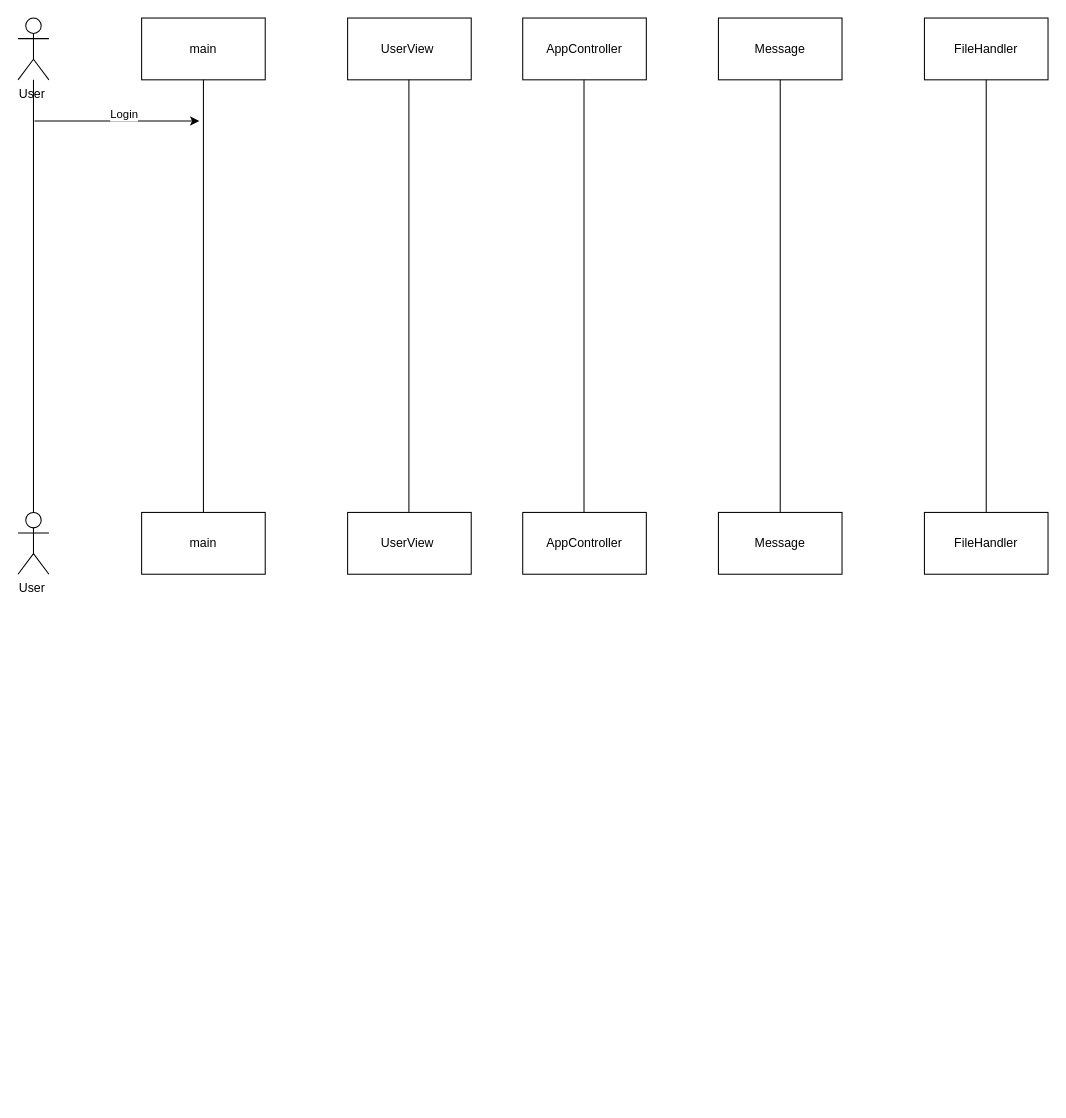
Before: diagrams/sequence_diagram.drawio in SaraMalmstedt/Chatterbox_Group3, a draw.io diagram. Source tidied: cells renumbered, new cells numbered last; positions are measured from the earlier drawing's top-left corner, leaving out a move shared by most shapes. Both pictures are drawn from the tidied source at 103%, with x=0, y=0 at pixel (18, 18).
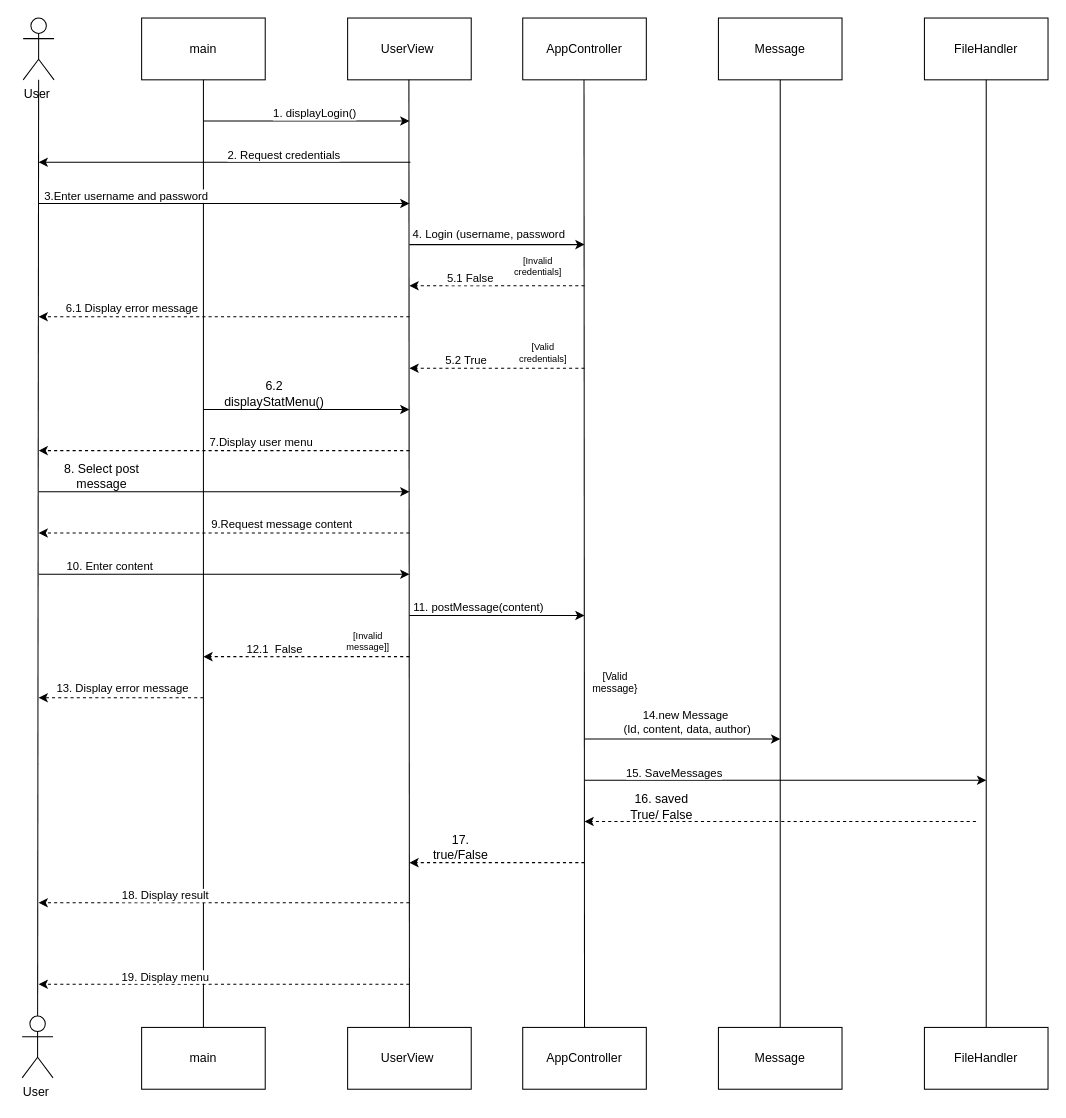
After the change.

Unchanged cells that the change refers to:
```xml
<mxCell id="4" value="main" style="rounded=0;whiteSpace=wrap;html=1;" parent="1" vertex="1">
  <mxGeometry x="120" width="120" height="60" as="geometry" />
</mxCell>
```

Diff of the diagram source:
```diff
@@
     <mxCell id="2" value="User&amp;nbsp;" style="shape=umlActor;verticalLabelPosition=bottom;verticalAlign=top;html=1;" parent="1" vertex="1">
-      <mxGeometry width="30" height="60" as="geometry" />
+      <mxGeometry x="5" width="30" height="60" as="geometry" />
     </mxCell>
     <mxCell id="3" value="User&amp;nbsp;" style="shape=umlActor;verticalLabelPosition=bottom;verticalAlign=top;html=1;outlineConnect=0;" parent="1" vertex="1">
-      <mxGeometry y="480" width="30" height="60" as="geometry" />
+      <mxGeometry x="4" y="969" width="30" height="60" as="geometry" />
     </mxCell>
@@
     <mxCell id="5" value="main" style="rounded=0;whiteSpace=wrap;html=1;" parent="1" vertex="1">
-      <mxGeometry x="120" y="480" width="120" height="60" as="geometry" />
+      <mxGeometry x="120" y="980" width="120" height="60" as="geometry" />
     </mxCell>
@@
     <mxCell id="7" value="UserView&amp;nbsp;" style="rounded=0;whiteSpace=wrap;html=1;" parent="1" vertex="1">
-      <mxGeometry x="320" y="480" width="120" height="60" as="geometry" />
+      <mxGeometry x="320" y="980" width="120" height="60" as="geometry" />
     </mxCell>
@@
     <mxCell id="9" value="AppController" style="rounded=0;whiteSpace=wrap;html=1;" parent="1" vertex="1">
-      <mxGeometry x="490" y="480" width="120" height="60" as="geometry" />
+      <mxGeometry x="490" y="980" width="120" height="60" as="geometry" />
     </mxCell>
@@
     <mxCell id="11" value="Message" style="rounded=0;whiteSpace=wrap;html=1;" parent="1" vertex="1">
-      <mxGeometry x="680" y="480" width="120" height="60" as="geometry" />
+      <mxGeometry x="680" y="980" width="120" height="60" as="geometry" />
     </mxCell>
@@
     <mxCell id="13" value="FileHandler" style="rounded=0;whiteSpace=wrap;html=1;" parent="1" vertex="1">
-      <mxGeometry x="880" y="480" width="120" height="60" as="geometry" />
+      <mxGeometry x="880" y="980" width="120" height="60" as="geometry" />
     </mxCell>
     <mxCell id="14" style="endArrow=none;html=1;rounded=0;" parent="1" edge="1" source="3">
       <mxGeometry relative="1" as="geometry">
-        <mxPoint x="15" y="60" as="targetPoint" />
+        <mxPoint x="20" y="60" as="targetPoint" />
       </mxGeometry>
     </mxCell>
-    <mxCell id="15" style="endArrow=none;html=1;rounded=0;entryX=0.5;entryY=1;entryDx=0;entryDy=0;" parent="1" edge="1" target="4">
-      <mxGeometry relative="1" as="geometry">
-        <mxPoint x="180" y="480" as="sourcePoint" />
-      </mxGeometry>
+    <mxCell id="15" style="endArrow=none;html=1;rounded=0;entryX=0.5;entryY=1;entryDx=0;entryDy=0;exitX=0.5;exitY=0;exitDx=0;exitDy=0;" parent="1" edge="1" source="5" target="4">
+      <mxGeometry relative="1" as="geometry" />
     </mxCell>
-    <mxCell id="16" style="endArrow=none;html=1;rounded=0;" parent="1" edge="1">
+    <mxCell id="16" style="endArrow=none;html=1;rounded=0;exitX=0.5;exitY=0;exitDx=0;exitDy=0;" parent="1" edge="1" source="7">
       <mxGeometry relative="1" as="geometry">
-        <mxPoint x="379.5" y="480" as="sourcePoint" />
         <mxPoint x="379.5" y="60" as="targetPoint" />
       </mxGeometry>
     </mxCell>
-    <mxCell id="17" style="endArrow=none;html=1;rounded=0;" parent="1" edge="1">
+    <mxCell id="17" style="endArrow=none;html=1;rounded=0;exitX=0.5;exitY=0;exitDx=0;exitDy=0;" parent="1" edge="1" source="9">
       <mxGeometry relative="1" as="geometry">
-        <mxPoint x="549.5" y="480" as="sourcePoint" />
         <mxPoint x="549.5" y="60" as="targetPoint" />
       </mxGeometry>
     </mxCell>
@@
     <mxCell id="20" style="endArrow=classic;html=1;rounded=0;" parent="1" edge="1">
       <mxGeometry relative="1" as="geometry">
-        <mxPoint x="16" y="100" as="sourcePoint" />
-        <mxPoint x="176" y="100" as="targetPoint" />
+        <mxPoint x="180" y="100" as="sourcePoint" />
+        <mxPoint x="380" y="100" as="targetPoint" />
       </mxGeometry>
     </mxCell>
-    <mxCell id="21" value="Login" style="edgeLabel;html=1;align=center;verticalAlign=bottom;labelPosition=center;verticalLabelPosition=top;" parent="20" vertex="1">
-      <mxGeometry x="0.07" y="-2" relative="1" as="geometry" />
+    <mxCell id="21" value="1. displayLogin()" style="edgeLabel;html=1;align=center;verticalAlign=bottom;labelPosition=center;verticalLabelPosition=top;" parent="20" vertex="1">
+      <mxGeometry x="0.07" y="-2" relative="1" as="geometry">
+        <mxPoint y="-1" as="offset" />
+      </mxGeometry>
     </mxCell>
+    <mxCell id="22" style="endArrow=classic;html=1;rounded=0;" parent="1" edge="1">
+      <mxGeometry relative="1" as="geometry">
+        <mxPoint x="381" y="140" as="sourcePoint" />
+        <mxPoint x="20" y="140" as="targetPoint" />
+      </mxGeometry>
+    </mxCell>
+    <mxCell id="23" value="2. Request credentials" style="edgeLabel;html=1;align=center;verticalAlign=middle;" parent="22" vertex="1">
+      <mxGeometry x="0.23" y="-1" relative="1" as="geometry">
+        <mxPoint x="98" y="-7" as="offset" />
+      </mxGeometry>
+    </mxCell>
+    <mxCell id="24" style="endArrow=classic;html=1;rounded=0;" parent="1" edge="1">
+      <mxGeometry relative="1" as="geometry">
+        <mxPoint x="20" y="180" as="sourcePoint" />
+        <mxPoint x="380" y="180" as="targetPoint" />
+      </mxGeometry>
+    </mxCell>
+    <mxCell id="25" value="3.Enter username and password" style="edgeLabel;html=1;align=center;verticalAlign=middle;" parent="24" vertex="1">
+      <mxGeometry x="-0.36" relative="1" as="geometry">
+        <mxPoint x="-31" y="-8" as="offset" />
+      </mxGeometry>
+    </mxCell>
+    <mxCell id="26" style="endArrow=classic;html=1;rounded=0;" parent="1" edge="1">
+      <mxGeometry relative="1" as="geometry">
+        <mxPoint x="380" y="220" as="sourcePoint" />
+        <mxPoint x="550" y="220" as="targetPoint" />
+      </mxGeometry>
+    </mxCell>
+    <mxCell id="27" value="&lt;div&gt;&lt;span style=&quot;background-color: light-dark(#ffffff, var(--ge-dark-color, #121212)); color: light-dark(rgb(0, 0, 0), rgb(255, 255, 255));&quot;&gt;4. Login (username, password&lt;/span&gt;&lt;/div&gt;" style="edgeLabel;html=1;align=center;verticalAlign=middle;" parent="26" vertex="1">
+      <mxGeometry x="-0.46" y="2" relative="1" as="geometry">
+        <mxPoint x="30" y="-9" as="offset" />
+      </mxGeometry>
+    </mxCell>
+    <mxCell id="28" style="endArrow=classic;html=1;rounded=0;dashed=1;" parent="1" edge="1">
+      <mxGeometry relative="1" as="geometry">
+        <mxPoint x="550" y="260" as="sourcePoint" />
+        <mxPoint x="380" y="260" as="targetPoint" />
+      </mxGeometry>
+    </mxCell>
+    <mxCell id="29" value="5.1 False" style="edgeLabel;html=1;align=center;verticalAlign=middle;" parent="28" vertex="1">
+      <mxGeometry x="0.33" y="-4" relative="1" as="geometry">
+        <mxPoint x="1" y="-4" as="offset" />
+      </mxGeometry>
+    </mxCell>
+    <mxCell id="30" style="endArrow=classic;html=1;rounded=0;dashed=1;" parent="1" edge="1">
+      <mxGeometry relative="1" as="geometry">
+        <mxPoint x="550" y="340" as="sourcePoint" />
+        <mxPoint x="380" y="340" as="targetPoint" />
+      </mxGeometry>
+    </mxCell>
+    <mxCell id="31" value="5.2 True" style="edgeLabel;html=1;align=center;verticalAlign=middle;" parent="30" vertex="1">
+      <mxGeometry x="0.36" y="-4" relative="1" as="geometry">
+        <mxPoint y="-5" as="offset" />
+      </mxGeometry>
+    </mxCell>
+    <mxCell id="32" style="endArrow=classic;html=1;rounded=0;dashed=1;" parent="1" edge="1">
+      <mxGeometry relative="1" as="geometry">
+        <mxPoint x="380" y="290" as="sourcePoint" />
+        <mxPoint x="20" y="290" as="targetPoint" />
+      </mxGeometry>
+    </mxCell>
+    <mxCell id="33" value="6.1 Display error message&amp;nbsp;" style="edgeLabel;html=1;align=center;verticalAlign=middle;" parent="32" vertex="1">
+      <mxGeometry x="0.41" y="-3" relative="1" as="geometry">
+        <mxPoint x="-14" y="-6" as="offset" />
+      </mxGeometry>
+    </mxCell>
+    <mxCell id="34" value="[Invalid credentials]" style="text;html=1;whiteSpace=wrap;strokeColor=none;fillColor=none;align=center;verticalAlign=middle;rounded=0;fontSize=9;" parent="1" vertex="1">
+      <mxGeometry x="475" y="226" width="60" height="30" as="geometry" />
+    </mxCell>
+    <mxCell id="35" value="[Valid credentials]" style="text;html=1;whiteSpace=wrap;strokeColor=none;fillColor=none;align=center;verticalAlign=middle;rounded=0;fontSize=9;" parent="1" vertex="1">
+      <mxGeometry x="480" y="310" width="60" height="30" as="geometry" />
+    </mxCell>
+    <mxCell id="36" style="endArrow=classic;html=1;rounded=0;" parent="1" edge="1">
+      <mxGeometry relative="1" as="geometry">
+        <mxPoint x="180" y="380" as="sourcePoint" />
+        <mxPoint x="380" y="380" as="targetPoint" />
+      </mxGeometry>
+    </mxCell>
+    <mxCell id="37" value="6.2 displayStatMenu()" style="text;html=1;whiteSpace=wrap;strokeColor=none;fillColor=none;align=center;verticalAlign=middle;rounded=0;" parent="1" vertex="1">
+      <mxGeometry x="219" y="350" width="60" height="30" as="geometry" />
+    </mxCell>
+    <mxCell id="38" style="endArrow=classic;html=1;rounded=0;dashed=1;" parent="1" edge="1">
+      <mxGeometry relative="1" as="geometry">
+        <mxPoint x="380" y="420" as="sourcePoint" />
+        <mxPoint x="20" y="420" as="targetPoint" />
+      </mxGeometry>
+    </mxCell>
+    <mxCell id="39" value="7.Display user menu" style="edgeLabel;html=1;align=center;verticalAlign=middle;" parent="38" vertex="1">
+      <mxGeometry x="-0.12" y="-1" relative="1" as="geometry">
+        <mxPoint x="13" y="-8" as="offset" />
+      </mxGeometry>
+    </mxCell>
+    <mxCell id="40" style="endArrow=classic;html=1;rounded=0;" parent="1" edge="1">
+      <mxGeometry relative="1" as="geometry">
+        <mxPoint x="20" y="460" as="sourcePoint" />
+        <mxPoint x="380" y="460" as="targetPoint" />
+      </mxGeometry>
+    </mxCell>
+    <mxCell id="41" value="8. Select&amp;nbsp;&lt;span style=&quot;background-color: transparent; color: light-dark(rgb(0, 0, 0), rgb(255, 255, 255));&quot;&gt;post message&lt;/span&gt;" style="text;html=1;whiteSpace=wrap;strokeColor=none;fillColor=none;align=center;verticalAlign=middle;rounded=0;" parent="1" vertex="1">
+      <mxGeometry x="43" y="430" width="77" height="30" as="geometry" />
+    </mxCell>
+    <mxCell id="42" style="endArrow=classic;html=1;rounded=0;dashed=1;" parent="1" edge="1">
+      <mxGeometry relative="1" as="geometry">
+        <mxPoint x="380" y="500" as="sourcePoint" />
+        <mxPoint x="20" y="500" as="targetPoint" />
+      </mxGeometry>
+    </mxCell>
+    <mxCell id="43" value="9.Request message content" style="edgeLabel;html=1;align=center;verticalAlign=middle;" parent="42" vertex="1">
+      <mxGeometry x="-0.12" y="-1" relative="1" as="geometry">
+        <mxPoint x="33" y="-8" as="offset" />
+      </mxGeometry>
+    </mxCell>
+    <mxCell id="44" style="endArrow=classic;html=1;rounded=0;" parent="1" edge="1">
+      <mxGeometry relative="1" as="geometry">
+        <mxPoint x="20" y="540" as="sourcePoint" />
+        <mxPoint x="380" y="540" as="targetPoint" />
+      </mxGeometry>
+    </mxCell>
+    <mxCell id="45" value="10. Enter content" style="edgeLabel;html=1;align=center;verticalAlign=middle;" parent="44" vertex="1">
+      <mxGeometry x="-0.62" y="4" relative="1" as="geometry">
+        <mxPoint y="-5" as="offset" />
+      </mxGeometry>
+    </mxCell>
+    <mxCell id="46" style="endArrow=classic;html=1;rounded=0;" parent="1" edge="1">
+      <mxGeometry relative="1" as="geometry">
+        <mxPoint x="380" y="580" as="sourcePoint" />
+        <mxPoint x="550" y="580" as="targetPoint" />
+      </mxGeometry>
+    </mxCell>
+    <mxCell id="47" value="11. postMessage(content)" style="edgeLabel;html=1;align=center;verticalAlign=middle;" parent="46" vertex="1">
+      <mxGeometry x="-0.29" y="-3" relative="1" as="geometry">
+        <mxPoint x="6" y="-12" as="offset" />
+      </mxGeometry>
+    </mxCell>
+    <mxCell id="48" style="endArrow=classic;html=1;rounded=0;dashed=1;" parent="1" edge="1">
+      <mxGeometry relative="1" as="geometry">
+        <mxPoint x="380" y="620" as="sourcePoint" />
+        <mxPoint x="180" y="620" as="targetPoint" />
+      </mxGeometry>
+    </mxCell>
+    <mxCell id="49" value="12.1&amp;nbsp; False" style="edgeLabel;html=1;align=center;verticalAlign=middle;" parent="48" vertex="1">
+      <mxGeometry x="0.33" y="-4" relative="1" as="geometry">
+        <mxPoint x="1" y="-4" as="offset" />
+      </mxGeometry>
+    </mxCell>
+    <mxCell id="50" value="[Invalid message]]" style="text;html=1;whiteSpace=wrap;strokeColor=none;fillColor=none;align=center;verticalAlign=middle;rounded=0;fontSize=9;" parent="1" vertex="1">
+      <mxGeometry x="310" y="590" width="60" height="30" as="geometry" />
+    </mxCell>
+    <mxCell id="51" style="endArrow=classic;html=1;rounded=0;dashed=1;" parent="1" edge="1">
+      <mxGeometry relative="1" as="geometry">
+        <mxPoint x="180" y="660" as="sourcePoint" />
+        <mxPoint x="20" y="660" as="targetPoint" />
+      </mxGeometry>
+    </mxCell>
+    <mxCell id="52" value="13. Display error message&amp;nbsp;" style="edgeLabel;html=1;align=center;verticalAlign=middle;" parent="51" vertex="1">
+      <mxGeometry x="0.41" y="-3" relative="1" as="geometry">
+        <mxPoint x="35" y="-7" as="offset" />
+      </mxGeometry>
+    </mxCell>
+    <mxCell id="53" style="endArrow=classic;html=1;rounded=0;" parent="1" edge="1">
+      <mxGeometry relative="1" as="geometry">
+        <mxPoint x="550" y="700" as="sourcePoint" />
+        <mxPoint x="740" y="700" as="targetPoint" />
+      </mxGeometry>
+    </mxCell>
+    <mxCell id="54" value="14.new Message&lt;div&gt;&amp;nbsp;(Id, content, data, author)&lt;/div&gt;" style="edgeLabel;html=1;align=center;verticalAlign=middle;" parent="53" vertex="1">
+      <mxGeometry x="-0.31" relative="1" as="geometry">
+        <mxPoint x="31" y="-17" as="offset" />
+      </mxGeometry>
+    </mxCell>
+    <mxCell id="55" style="endArrow=classic;html=1;rounded=0;" parent="1" edge="1">
+      <mxGeometry relative="1" as="geometry">
+        <mxPoint x="550" y="740" as="sourcePoint" />
+        <mxPoint x="940" y="740" as="targetPoint" />
+      </mxGeometry>
+    </mxCell>
+    <mxCell id="56" value="15. SaveMessages" style="edgeLabel;html=1;align=center;verticalAlign=middle;" parent="55" vertex="1">
+      <mxGeometry x="-0.56" relative="1" as="geometry">
+        <mxPoint y="-8" as="offset" />
+      </mxGeometry>
+    </mxCell>
+    <mxCell id="57" style="endArrow=classic;html=1;rounded=0;dashed=1;" parent="1" edge="1">
+      <mxGeometry relative="1" as="geometry">
+        <mxPoint x="380" y="859" as="sourcePoint" />
+        <mxPoint x="20" y="859" as="targetPoint" />
+      </mxGeometry>
+    </mxCell>
+    <mxCell id="58" value="18. Display result" style="edgeLabel;html=1;align=center;verticalAlign=middle;" parent="57" vertex="1">
+      <mxGeometry x="0.33" y="-4" relative="1" as="geometry">
+        <mxPoint x="1" y="-4" as="offset" />
+      </mxGeometry>
+    </mxCell>
+    <mxCell id="59" style="endArrow=classic;html=1;rounded=0;dashed=1;" parent="1" edge="1">
+      <mxGeometry relative="1" as="geometry">
+        <mxPoint x="380" y="938" as="sourcePoint" />
+        <mxPoint x="20" y="938" as="targetPoint" />
+      </mxGeometry>
+    </mxCell>
+    <mxCell id="60" value="19. Display menu" style="edgeLabel;html=1;align=center;verticalAlign=middle;" parent="59" vertex="1">
+      <mxGeometry x="0.33" y="-4" relative="1" as="geometry">
+        <mxPoint x="1" y="-4" as="offset" />
+      </mxGeometry>
+    </mxCell>
+    <mxCell id="61" style="endArrow=classic;html=1;rounded=0;dashed=1;" parent="1" edge="1">
+      <mxGeometry relative="1" as="geometry">
+        <mxPoint x="930" y="780" as="sourcePoint" />
+        <mxPoint x="550" y="780" as="targetPoint" />
+      </mxGeometry>
+    </mxCell>
+    <mxCell id="62" style="endArrow=classic;html=1;rounded=0;dashed=1;" parent="1" edge="1">
+      <mxGeometry relative="1" as="geometry">
+        <mxPoint x="550" y="820" as="sourcePoint" />
+        <mxPoint x="380" y="820" as="targetPoint" />
+      </mxGeometry>
+    </mxCell>
+    <mxCell id="63" value="[Valid message}" style="text;html=1;whiteSpace=wrap;strokeColor=none;fillColor=none;align=center;verticalAlign=middle;rounded=0;fontSize=10;" parent="1" vertex="1">
+      <mxGeometry x="550" y="630" width="60" height="30" as="geometry" />
+    </mxCell>
+    <mxCell id="64" value="16. saved True/ False" style="text;html=1;whiteSpace=wrap;strokeColor=none;fillColor=none;align=center;verticalAlign=middle;rounded=0;" parent="1" vertex="1">
+      <mxGeometry x="590" y="751" width="70" height="30" as="geometry" />
+    </mxCell>
+    <mxCell id="65" value="17. true/False" style="text;html=1;whiteSpace=wrap;strokeColor=none;fillColor=none;align=center;verticalAlign=middle;rounded=0;" parent="1" vertex="1">
+      <mxGeometry x="400" y="790" width="60" height="30" as="geometry" />
+    </mxCell>
```
